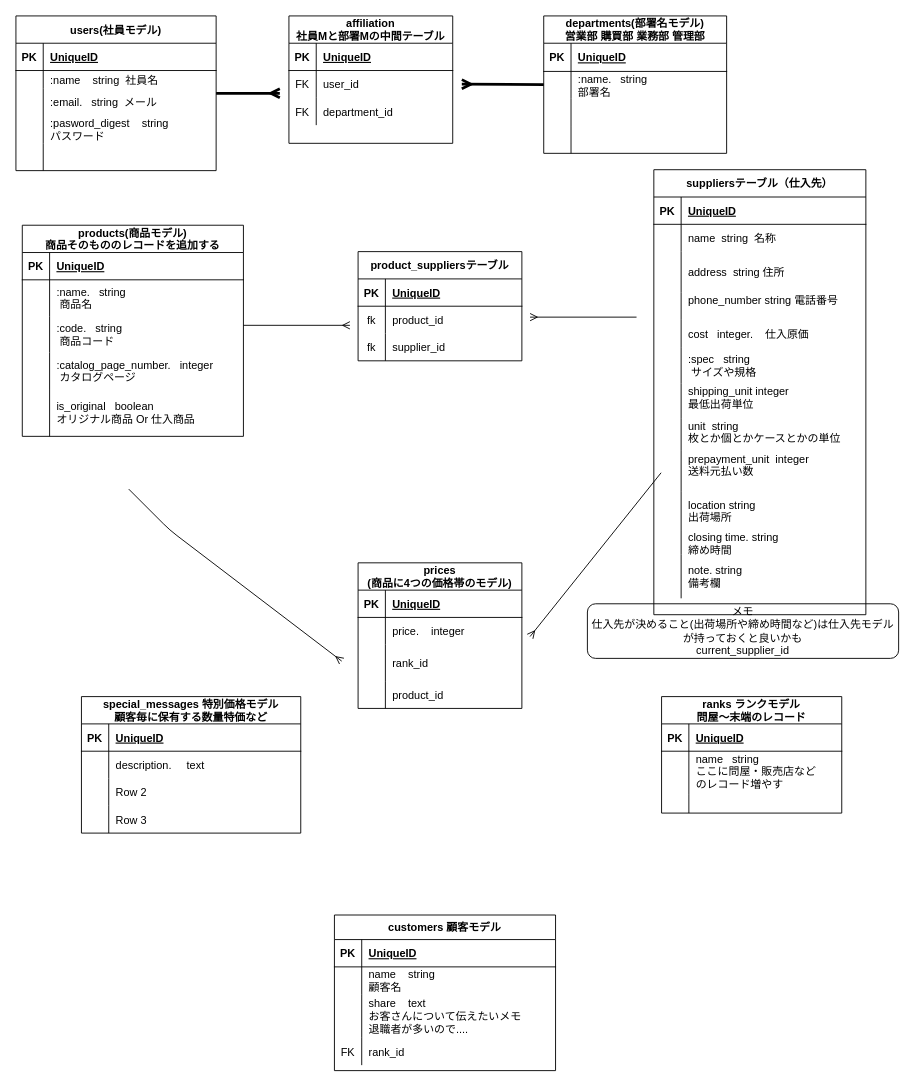
Above: ER.dio in Masakazu-Harada/Portforio_PriceList (draw.io), before the change. Source tidied: cells renumbered, new cells numbered last; positions are measured from the earlier drawing's top-left corner, leaving out a move shared by most shapes. Both pictures are drawn from the tidied source at 91%, with x=0, y=0 at pixel (15, 15).
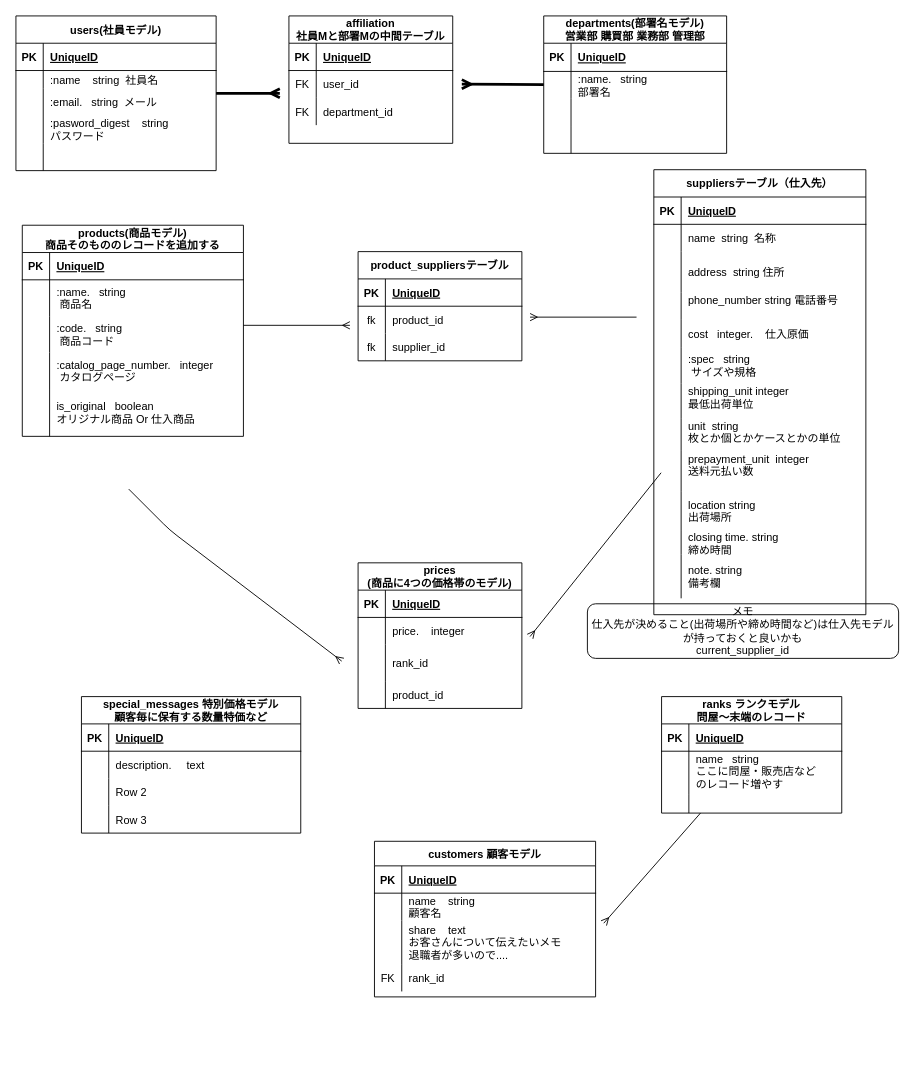
The same diagram, later.

Unchanged cells that the change refers to:
```xml
<mxCell id="76" value="ranks ランクモデル&#10;問屋〜末端のレコード" style="shape=table;startSize=30;childLayout=tableLayout;rowLines=0;fontStyle=1;align=center;" parent="1" vertex="1">
  <mxGeometry x="709.5" y="748" width="198" height="128" as="geometry" />
</mxCell>
```

What changed in the source:
```diff
@@
     <mxCell id="63" value="customers 顧客モデル" style="shape=table;startSize=27;childLayout=tableLayout;rowLines=0;fontStyle=1;align=center;" parent="1" vertex="1">
-      <mxGeometry x="350" y="988" width="243" height="171" as="geometry" />
+      <mxGeometry x="394" y="907" width="243" height="171" as="geometry" />
     </mxCell>
@@
+    <mxCell id="162" style="edgeStyle=none;html=1;strokeColor=default;endArrow=ERmany;endFill=0;" parent="1" edge="1" source="76">
+      <mxGeometry relative="1" as="geometry">
+        <mxPoint x="646" y="997" as="targetPoint" />
+      </mxGeometry>
+    </mxCell>
```
